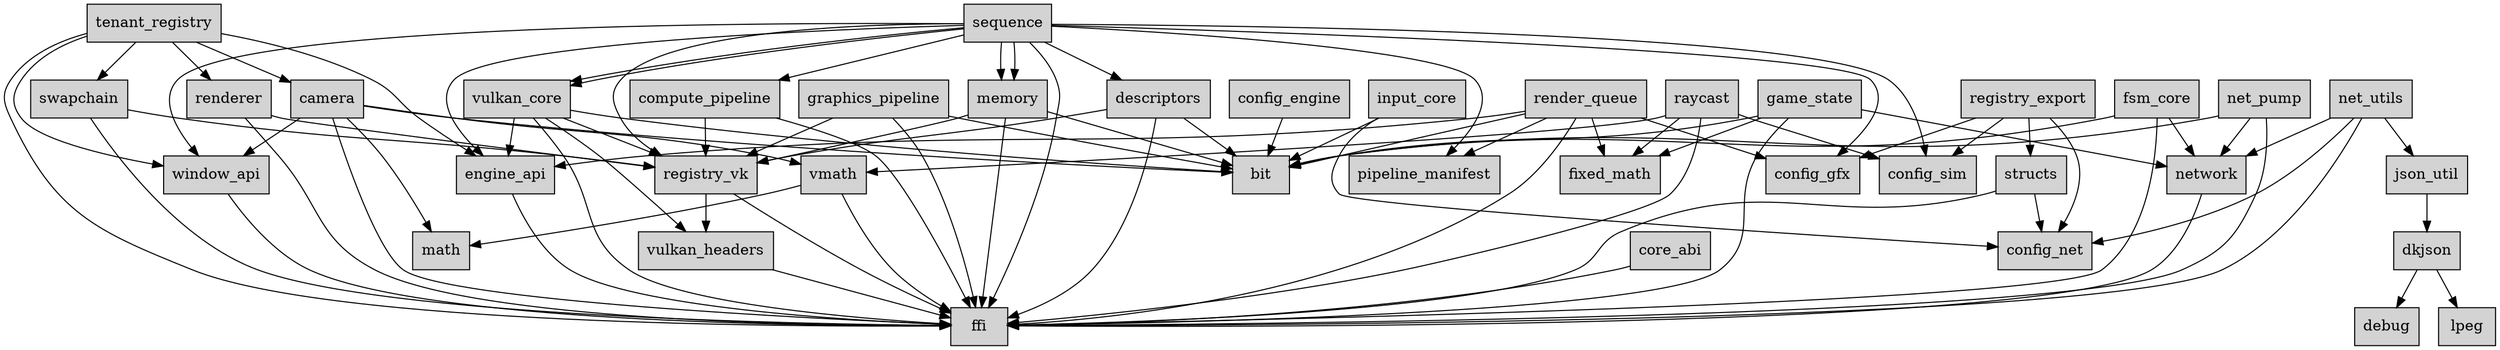
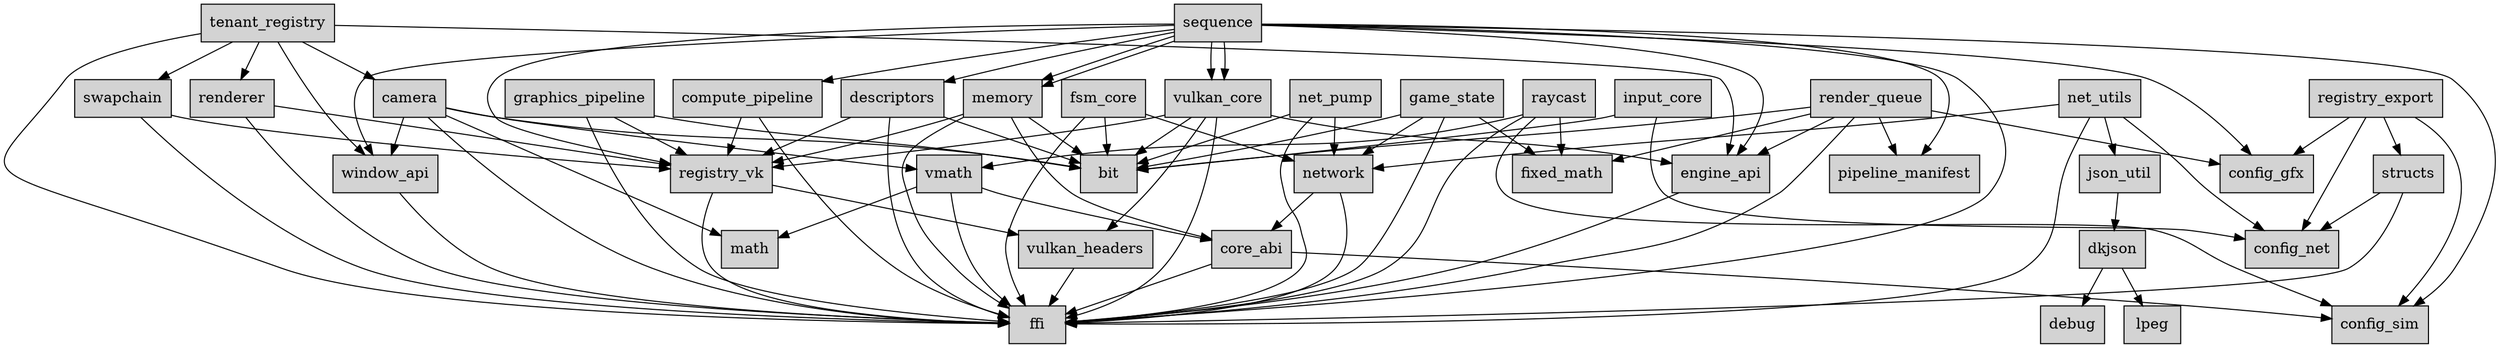
digraph WeaverEngine {
  node [shape=box, style=filled, fillcolor=lightgray];
+   "json_util" -> "dkjson";
+   "game_state" -> "ffi";
+   "game_state" -> "bit";
+   "game_state" -> "network";
+   "game_state" -> "fixed_math";
+   "config_net";
+   "renderer" -> "ffi";
+   "renderer" -> "registry_vk";
+   "pipeline_manifest";
+   "raycast" -> "ffi";
+   "raycast" -> "vmath";
+   "raycast" -> "fixed_math";
+   "raycast" -> "config_sim";
+   "network" -> "ffi";
+   "network" -> "core_abi";
+   "net_pump" -> "ffi";
+   "net_pump" -> "bit";
+   "net_pump" -> "network";
+   "compute_pipeline" -> "ffi";
+   "compute_pipeline" -> "registry_vk";
+   "input_core" -> "bit";
+   "input_core" -> "config_net";
+   "registry_vk" -> "ffi";
+   "registry_vk" -> "vulkan_headers";
+   "vulkan_core" -> "ffi";
+   "vulkan_core" -> "bit";
+   "vulkan_core" -> "vulkan_headers";
+   "vulkan_core" -> "registry_vk";
+   "vulkan_core" -> "engine_api";
+   "core_abi" -> "ffi";
+   "core_abi" -> "config_sim";
+   "descriptors" -> "ffi";
+   "descriptors" -> "bit";
+   "descriptors" -> "registry_vk";
+   "swapchain" -> "ffi";
+   "swapchain" -> "registry_vk";
+   "graphics_pipeline" -> "ffi";
+   "graphics_pipeline" -> "bit";
+   "graphics_pipeline" -> "registry_vk";
+   "camera" -> "ffi";
+   "camera" -> "math";
+   "camera" -> "bit";
+   "camera" -> "vmath";
+   "camera" -> "window_api";
+   "config_gfx";
+   "dkjson" -> "debug";
+   "dkjson" -> "lpeg";
+   "structs" -> "ffi";
+   "structs" -> "config_net";
+   "window_api" -> "ffi";
  "sequence" -> "ffi";
  "sequence" -> "registry_vk";
  "sequence" -> "pipeline_manifest";
  "sequence" -> "window_api";
  "sequence" -> "engine_api";
  "sequence" -> "config_gfx";
  "sequence" -> "config_sim";
  "sequence" -> "vulkan_core";
  "sequence" -> "vulkan_core";
  "sequence" -> "memory";
  "sequence" -> "descriptors";
  "sequence" -> "memory";
  "sequence" -> "compute_pipeline";
-   "network" -> "ffi";
-   "raycast" -> "ffi";
-   "raycast" -> "vmath";
-   "raycast" -> "fixed_math";
-   "raycast" -> "config_sim";
-   "engine_api" -> "ffi";
-   "camera" -> "ffi";
-   "camera" -> "math";
-   "camera" -> "bit";
-   "camera" -> "vmath";
-   "camera" -> "window_api";
+   "memory" -> "ffi";
+   "memory" -> "bit";
+   "memory" -> "core_abi";
+   "memory" -> "registry_vk";
  "config_sim";
+   "fsm_core" -> "network";
+   "fsm_core" -> "bit";
+   "fsm_core" -> "ffi";
+   "net_utils" -> "ffi";
+   "net_utils" -> "json_util";
+   "net_utils" -> "config_net";
+   "net_utils" -> "network";
  "registry_export" -> "structs";
  "registry_export" -> "config_gfx";
  "registry_export" -> "config_sim";
  "registry_export" -> "config_net";
-   "config_net";
-   "fsm_core" -> "network";
-   "fsm_core" -> "bit";
-   "fsm_core" -> "ffi";
-   "descriptors" -> "ffi";
-   "descriptors" -> "bit";
-   "descriptors" -> "registry_vk";
-   "pipeline_manifest";
-   "core_abi" -> "ffi";
-   "registry_vk" -> "ffi";
-   "registry_vk" -> "vulkan_headers";
-   "config_gfx";
-   "memory" -> "ffi";
-   "memory" -> "bit";
-   "memory" -> "registry_vk";
-   "net_utils" -> "ffi";
-   "net_utils" -> "json_util";
-   "net_utils" -> "config_net";
-   "net_utils" -> "network";
-   "vulkan_core" -> "ffi";
-   "vulkan_core" -> "bit";
-   "vulkan_core" -> "vulkan_headers";
-   "vulkan_core" -> "registry_vk";
-   "vulkan_core" -> "engine_api";
-   "renderer" -> "ffi";
-   "renderer" -> "registry_vk";
-   "dkjson" -> "debug";
-   "dkjson" -> "lpeg";
-   "structs" -> "ffi";
-   "structs" -> "config_net";
-   "json_util" -> "dkjson";
-   "config_engine" -> "bit";
+   "fixed_math";
+   "vulkan_headers" -> "ffi";
+   "vmath" -> "ffi";
+   "vmath" -> "math";
+   "vmath" -> "core_abi";
+   "engine_api" -> "ffi";
  "tenant_registry" -> "ffi";
  "tenant_registry" -> "window_api";
  "tenant_registry" -> "engine_api";
  "tenant_registry" -> "swapchain";
  "tenant_registry" -> "renderer";
  "tenant_registry" -> "camera";
-   "swapchain" -> "ffi";
-   "swapchain" -> "registry_vk";
  "render_queue" -> "ffi";
  "render_queue" -> "pipeline_manifest";
  "render_queue" -> "bit";
  "render_queue" -> "fixed_math";
  "render_queue" -> "engine_api";
  "render_queue" -> "config_gfx";
-   "graphics_pipeline" -> "ffi";
-   "graphics_pipeline" -> "bit";
-   "graphics_pipeline" -> "registry_vk";
-   "input_core" -> "bit";
-   "input_core" -> "config_net";
-   "net_pump" -> "ffi";
-   "net_pump" -> "bit";
-   "net_pump" -> "network";
-   "window_api" -> "ffi";
-   "vulkan_headers" -> "ffi";
-   "fixed_math";
-   "game_state" -> "ffi";
-   "game_state" -> "bit";
-   "game_state" -> "network";
-   "game_state" -> "fixed_math";
-   "vmath" -> "ffi";
-   "vmath" -> "math";
-   "compute_pipeline" -> "ffi";
-   "compute_pipeline" -> "registry_vk";
}